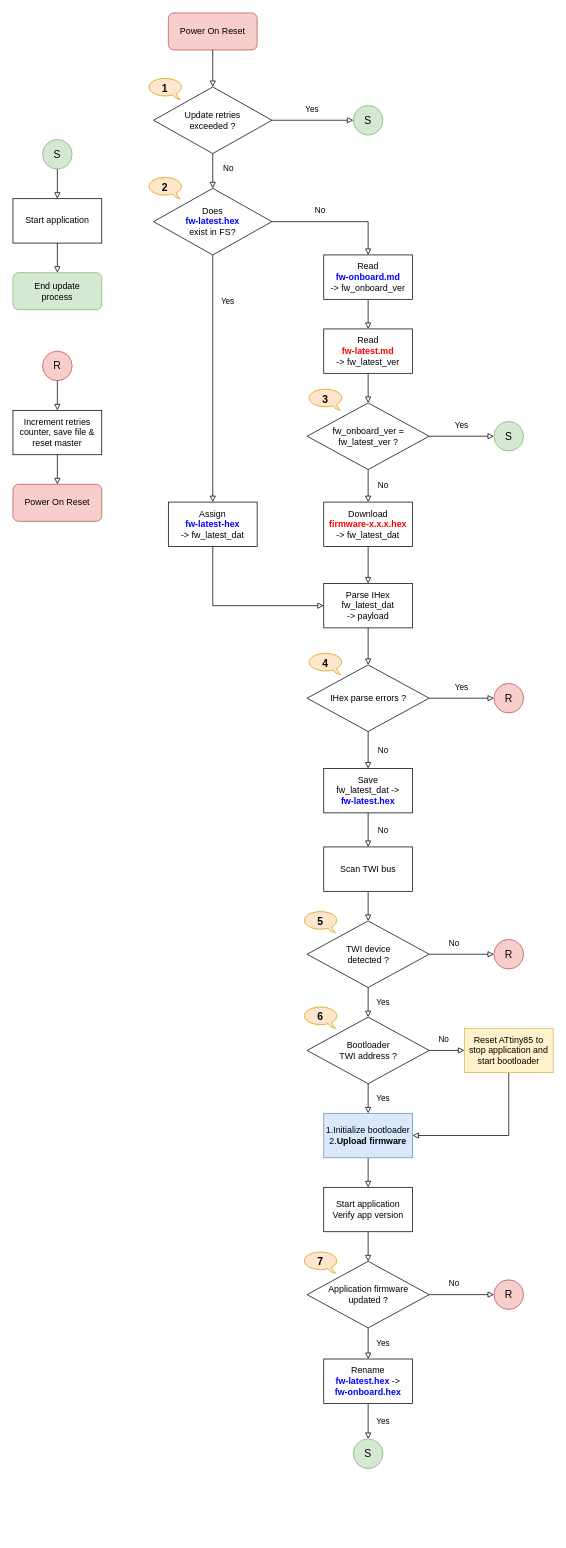
Above: diagrams/Firmware-Update.drawio in casanovg/timonel-ota-demo (draw.io), before the change. Source tidied: cells renumbered, new cells numbered last; positions are measured from the earlier drawing's top-left corner, leaving out a move shared by most shapes. Both pictures are drawn from the tidied source at 74%, with x=0, y=0 at pixel (13, 13).
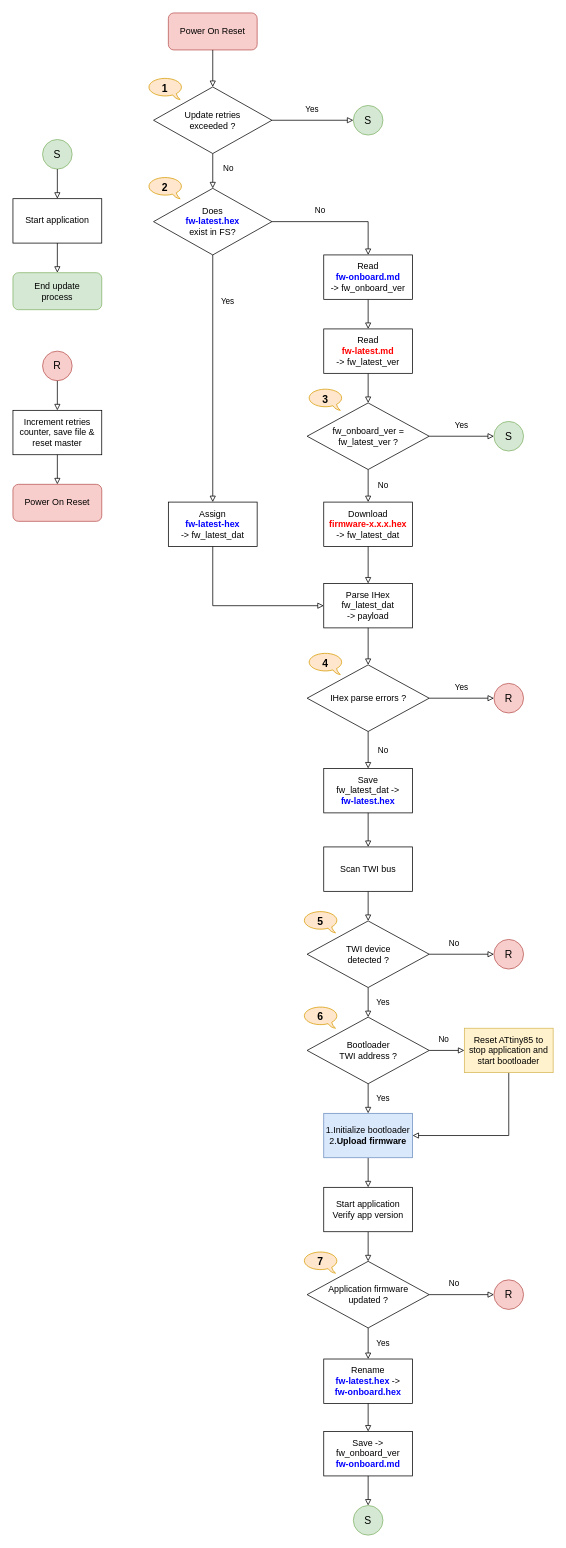
Above is the later version.

Unchanged cells that the change refers to:
```xml
<mxCell id="15" value="Scan TWI bus" style="rounded=0;whiteSpace=wrap;html=1;" parent="1" vertex="1">
  <mxGeometry x="420" y="1127" width="120" height="60" as="geometry" />
</mxCell>
<mxCell id="31" value="Rename&lt;br&gt;&lt;b&gt;&lt;font color=&quot;#0000ff&quot;&gt;fw-latest.hex&lt;/font&gt;&lt;/b&gt; -&amp;gt;&lt;br&gt;&lt;b&gt;&lt;font color=&quot;#0000ff&quot;&gt;fw-onboard.hex&lt;/font&gt;&lt;/b&gt;" style="rounded=0;whiteSpace=wrap;html=1;" parent="1" vertex="1">
  <mxGeometry x="420" y="1819" width="120" height="60" as="geometry" />
</mxCell>
<mxCell id="33" value="Save&lt;br&gt;&lt;font&gt;fw_latest_dat -&amp;gt;&lt;br&gt;&lt;b&gt;&lt;font color=&quot;#0000ff&quot;&gt;fw-latest.hex&lt;/font&gt;&lt;/b&gt;&lt;br&gt;&lt;/font&gt;" style="rounded=0;whiteSpace=wrap;html=1;" parent="1" vertex="1">
  <mxGeometry x="420" y="1021" width="120" height="60" as="geometry" />
</mxCell>
```

What changed in the source:
```diff
@@
-    <mxCell id="39" value="No" style="edgeStyle=orthogonalEdgeStyle;rounded=0;jettySize=auto;html=1;endArrow=block;endFill=0;strokeColor=#000000;strokeWidth=1;entryX=0.5;entryY=0;entryDx=0;entryDy=0;exitX=0.5;exitY=1;exitDx=0;exitDy=0;" parent="1" edge="1" source="33" target="15">
+    <mxCell id="39" style="edgeStyle=orthogonalEdgeStyle;rounded=0;jettySize=auto;html=1;endArrow=block;endFill=0;strokeColor=#000000;strokeWidth=1;entryX=0.5;entryY=0;entryDx=0;entryDy=0;exitX=0.5;exitY=1;exitDx=0;exitDy=0;" parent="1" edge="1" source="33" target="15">
       <mxGeometry y="20" relative="1" as="geometry" />
     </mxCell>
@@
-    <mxCell id="41" value="Yes" style="edgeStyle=orthogonalEdgeStyle;rounded=0;jettySize=auto;html=1;endArrow=block;endFill=0;strokeColor=#000000;strokeWidth=1;exitX=0.5;exitY=1;exitDx=0;exitDy=0;entryX=0.5;entryY=0;entryDx=0;entryDy=0;" parent="1" edge="1" source="31" target="60">
+    <mxCell id="41" style="edgeStyle=orthogonalEdgeStyle;rounded=0;jettySize=auto;html=1;endArrow=block;endFill=0;strokeColor=#000000;strokeWidth=1;exitX=0.5;exitY=1;exitDx=0;exitDy=0;entryX=0.5;entryY=0;entryDx=0;entryDy=0;" parent="1" edge="1" source="31" target="70">
       <mxGeometry y="20" relative="1" as="geometry" />
     </mxCell>
@@
     <mxCell id="60" value="&lt;font style=&quot;font-size: 14px&quot;&gt;S&lt;/font&gt;" style="ellipse;whiteSpace=wrap;html=1;fillColor=#d5e8d4;strokeColor=#82b366;" parent="1" vertex="1">
-      <mxGeometry x="460" y="1927" width="40" height="40" as="geometry" />
+      <mxGeometry x="460" y="2017" width="40" height="40" as="geometry" />
     </mxCell>
@@
+    <mxCell id="70" value="Save -&amp;gt; fw_onboard_ver&lt;br&gt;&lt;b&gt;&lt;font color=&quot;#0000ff&quot;&gt;fw-onboard.md&lt;/font&gt;&lt;/b&gt;" style="rounded=0;whiteSpace=wrap;html=1;" parent="1" vertex="1">
+      <mxGeometry x="420" y="1917" width="120" height="60" as="geometry" />
+    </mxCell>
+    <mxCell id="71" style="edgeStyle=orthogonalEdgeStyle;rounded=0;jettySize=auto;html=1;endArrow=block;endFill=0;strokeColor=#000000;strokeWidth=1;exitX=0.5;exitY=1;exitDx=0;exitDy=0;entryX=0.5;entryY=0;entryDx=0;entryDy=0;" parent="1" edge="1" source="70" target="60">
+      <mxGeometry y="20" relative="1" as="geometry" />
+    </mxCell>
```
